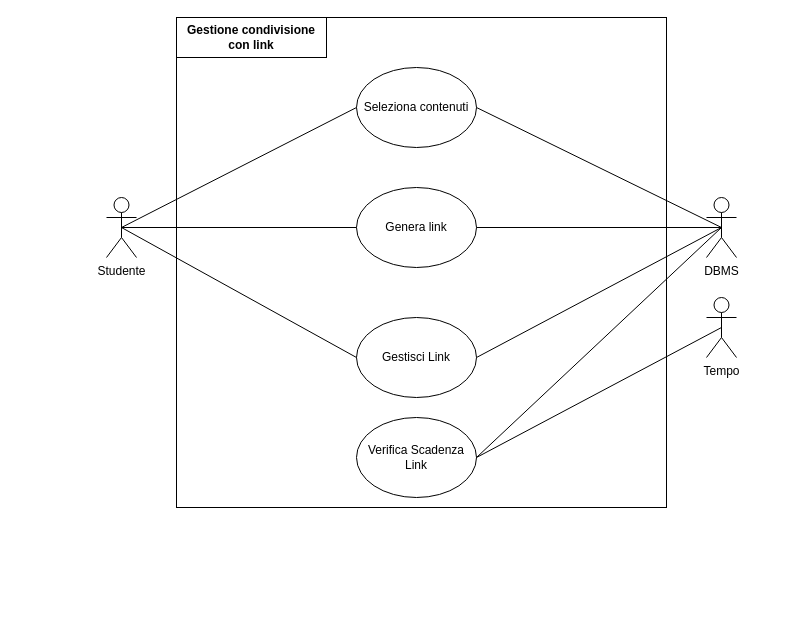
Before: page "Gest. condivisione con link" (9 of 16) of visteD'insiemeDraw/VistaD'insiemeProgetto-2.drawio in SImone1104/IDS, a draw.io diagram. Source tidied: cells renumbered, new cells numbered last; positions are measured from the earlier drawing's top-left corner, leaving out a move shared by most shapes. Both pictures are drawn from the tidied source at 100%, with x=0, y=0 at pixel (106, 17).
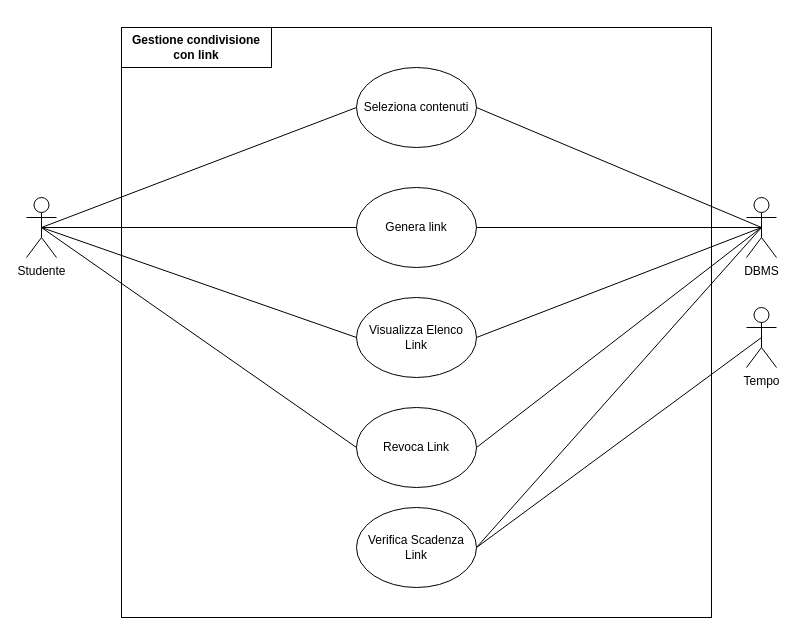
Above is the later version.

The edit, as a diff of the source:
```diff
@@
     <mxCell id="2" value="DBMS" style="shape=umlActor;verticalLabelPosition=bottom;verticalAlign=top;html=1;outlineConnect=0;" parent="1" vertex="1">
-      <mxGeometry x="600" y="180" width="30" height="60" as="geometry" />
+      <mxGeometry x="640" y="180" width="30" height="60" as="geometry" />
     </mxCell>
@@
     <mxCell id="6" value="Studente" style="shape=umlActor;verticalLabelPosition=bottom;verticalAlign=top;html=1;outlineConnect=0;" parent="1" vertex="1">
-      <mxGeometry y="180" width="30" height="60" as="geometry" />
+      <mxGeometry x="-80" y="180" width="30" height="60" as="geometry" />
     </mxCell>
     <mxCell id="7" style="whiteSpace=wrap;html=1;fillColor=none;" parent="1" vertex="1">
-      <mxGeometry x="70" width="490" height="490" as="geometry" />
+      <mxGeometry x="15" y="10" width="590" height="590" as="geometry" />
     </mxCell>
@@
-    <mxCell id="10" value="Gestisci Link" style="ellipse;whiteSpace=wrap;html=1;fillColor=none;" parent="1" vertex="1">
-      <mxGeometry x="250" y="300" width="120" height="80" as="geometry" />
+    <mxCell id="10" value="Visualizza Elenco Link" style="ellipse;whiteSpace=wrap;html=1;fillColor=none;" parent="1" vertex="1">
+      <mxGeometry x="250" y="280" width="120" height="80" as="geometry" />
     </mxCell>
     <mxCell id="11" value="&lt;b&gt;Gestione condivisione con link&lt;/b&gt;" style="rounded=0;whiteSpace=wrap;html=1;fillColor=none;" parent="1" vertex="1">
-      <mxGeometry x="70" width="150" height="40" as="geometry" />
+      <mxGeometry x="15" y="10" width="150" height="40" as="geometry" />
     </mxCell>
@@
     <mxCell id="15" value="Tempo&lt;div&gt;&lt;br&gt;&lt;/div&gt;" style="shape=umlActor;verticalLabelPosition=bottom;verticalAlign=top;html=1;outlineConnect=0;" parent="1" vertex="1">
-      <mxGeometry x="600" y="280" width="30" height="60" as="geometry" />
+      <mxGeometry x="640" y="290" width="30" height="60" as="geometry" />
     </mxCell>
     <mxCell id="16" value="Verifica Scadenza Link" style="ellipse;whiteSpace=wrap;html=1;fillColor=none;" parent="1" vertex="1">
-      <mxGeometry x="250" y="400" width="120" height="80" as="geometry" />
+      <mxGeometry x="250" y="490" width="120" height="80" as="geometry" />
     </mxCell>
@@
+    <mxCell id="19" value="Revoca Link" style="ellipse;whiteSpace=wrap;html=1;fillColor=none;" parent="1" vertex="1">
+      <mxGeometry x="250" y="390" width="120" height="80" as="geometry" />
+    </mxCell>
+    <mxCell id="20" style="rounded=0;jettySize=auto;html=1;exitX=0.5;exitY=0.5;exitDx=0;exitDy=0;exitPerimeter=0;entryX=0;entryY=0.5;entryDx=0;entryDy=0;endArrow=none;endFill=0;" parent="1" edge="1" source="6" target="19">
+      <mxGeometry relative="1" as="geometry" />
+    </mxCell>
+    <mxCell id="21" style="rounded=0;jettySize=auto;html=1;exitX=1;exitY=0.5;exitDx=0;exitDy=0;entryX=0.5;entryY=0.5;entryDx=0;entryDy=0;endArrow=none;endFill=0;entryPerimeter=0;" parent="1" edge="1" source="19" target="2">
+      <mxGeometry relative="1" as="geometry" />
+    </mxCell>
```
